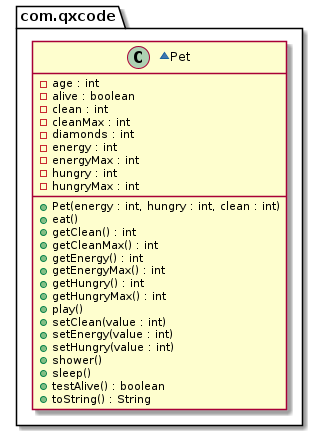
Before: base/006/diagrama.png, a diagram exported from PlantUML (victorfarias/arcade). Its diagram source:
```plantuml
@startuml
package com.qxcode {
  ~class Pet {
    - age : int
    - alive : boolean
    - clean : int
    - cleanMax : int
    - diamonds : int
    - energy : int
    - energyMax : int
    - hungry : int
    - hungryMax : int
    + Pet(energy : int, hungry : int, clean : int)
    + eat()
    + getClean() : int
    + getCleanMax() : int
    + getEnergy() : int
    + getEnergyMax() : int
    + getHungry() : int
    + getHungryMax() : int
    + play()
    + setClean(value : int)
    + setEnergy(value : int)
    + setHungry(value : int)
    + shower()
    + sleep()
    + testAlive() : boolean
    + toString() : String
  }
}
@enduml
```
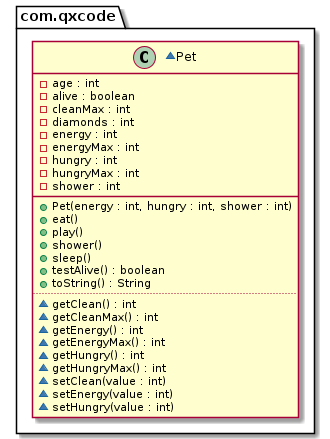
The same file after the commit.

Diff of the diagram source:
```diff
@@ -3,29 +3,31 @@
   ~class Pet {
     - age : int
     - alive : boolean
-    - clean : int
     - cleanMax : int
     - diamonds : int
     - energy : int
     - energyMax : int
     - hungry : int
     - hungryMax : int
-    + Pet(energy : int, hungry : int, clean : int)
+    - shower : int
+    __
+    + Pet(energy : int, hungry : int, shower : int)
     + eat()
-    + getClean() : int
-    + getCleanMax() : int
-    + getEnergy() : int
-    + getEnergyMax() : int
-    + getHungry() : int
-    + getHungryMax() : int
     + play()
-    + setClean(value : int)
-    + setEnergy(value : int)
-    + setHungry(value : int)
     + shower()
     + sleep()
     + testAlive() : boolean
     + toString() : String
+    ..
+    ~ getClean() : int
+    ~ getCleanMax() : int
+    ~ getEnergy() : int
+    ~ getEnergyMax() : int
+    ~ getHungry() : int
+    ~ getHungryMax() : int
+    ~ setClean(value : int)
+    ~ setEnergy(value : int)
+    ~ setHungry(value : int)
   }
 }
 @enduml
```
